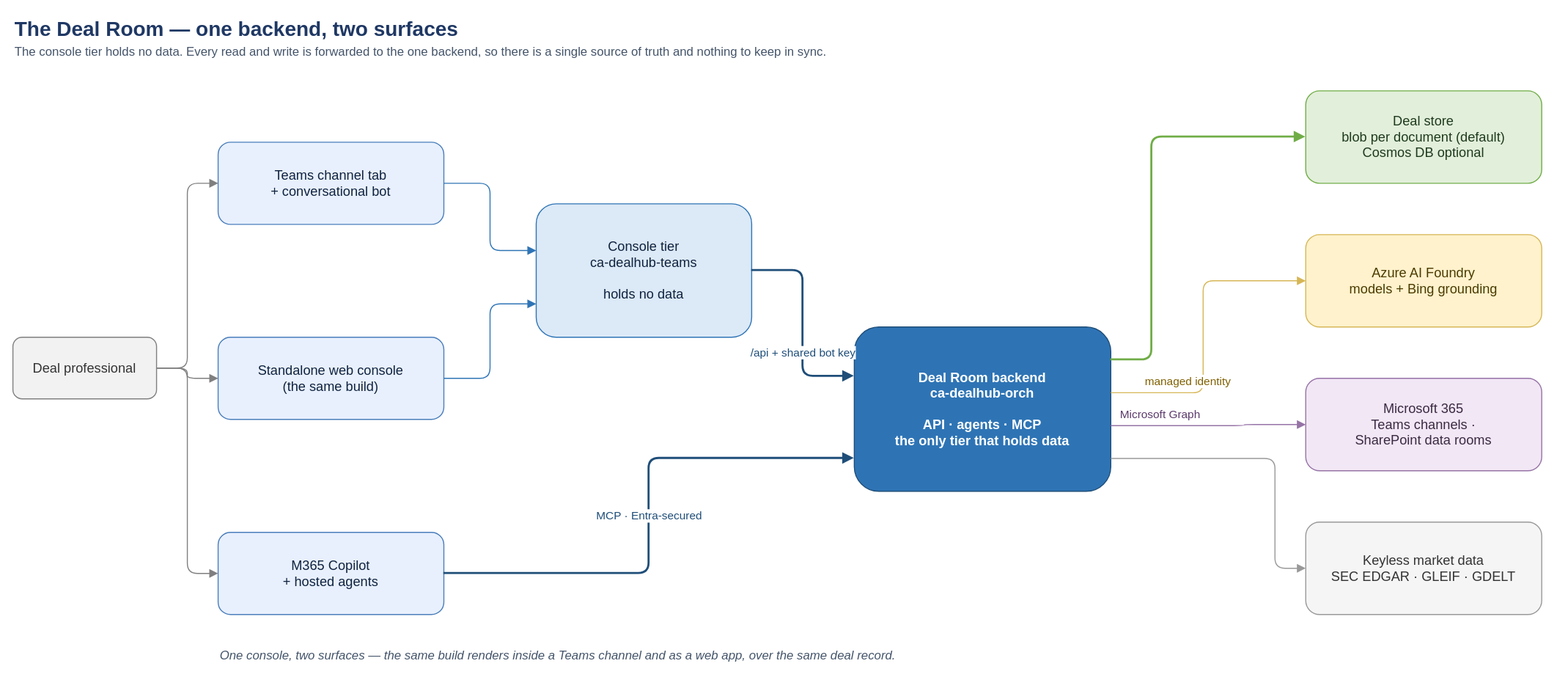
amitdesai08/private-markets-deal-room keeps this draw.io diagram as docs/diagrams/how-it-fits-together.svg. Above is the earlier version. Source tidied: cells renumbered, new cells last; positions are measured from the earlier drawing's top-left corner, leaving out a move shared by most shapes. The source it was exported from:
```xml
<mxGraphModel background="#FFFFFF">
  <root>
    <mxCell id="0" />
    <mxCell id="1" parent="0" />
    <mxCell id="2" value="The Deal Room — one backend, two surfaces" style="text;html=1;align=left;verticalAlign=middle;fontSize=20;fontStyle=1;fontColor=#1F3864;" parent="1" vertex="1">
      <mxGeometry width="700" height="30" as="geometry" />
    </mxCell>
    <mxCell id="3" value="The console tier holds no data. Every read and write is forwarded to the one backend, so there is a single source of truth and nothing to keep in sync." style="text;html=1;align=left;verticalAlign=middle;fontSize=12;fontColor=#44546A;" parent="1" vertex="1">
      <mxGeometry y="28" width="1000" height="20" as="geometry" />
    </mxCell>
    <mxCell id="4" value="Deal professional" style="rounded=1;whiteSpace=wrap;html=1;fillColor=#F2F2F2;strokeColor=#7F7F7F;fontColor=#333333;fontSize=13;" parent="1" vertex="1">
      <mxGeometry y="316" width="140" height="60" as="geometry" />
    </mxCell>
    <mxCell id="5" value="Teams channel tab&#10;+ conversational bot" style="rounded=1;whiteSpace=wrap;html=1;fillColor=#E8F0FE;strokeColor=#4A7EBB;fontColor=#10233E;fontSize=13;" parent="1" vertex="1">
      <mxGeometry x="200" y="126" width="220" height="80" as="geometry" />
    </mxCell>
    <mxCell id="6" value="Standalone web console&#10;(the same build)" style="rounded=1;whiteSpace=wrap;html=1;fillColor=#E8F0FE;strokeColor=#4A7EBB;fontColor=#10233E;fontSize=13;" parent="1" vertex="1">
      <mxGeometry x="200" y="316" width="220" height="80" as="geometry" />
    </mxCell>
    <mxCell id="7" value="M365 Copilot&#10;+ hosted agents" style="rounded=1;whiteSpace=wrap;html=1;fillColor=#E8F0FE;strokeColor=#4A7EBB;fontColor=#10233E;fontSize=13;" parent="1" vertex="1">
      <mxGeometry x="200" y="506" width="220" height="80" as="geometry" />
    </mxCell>
    <mxCell id="8" value="Console tier&#10;ca-dealhub-teams&#10;&#10;holds no data" style="rounded=1;whiteSpace=wrap;html=1;fillColor=#DCE9F7;strokeColor=#2E74B5;fontColor=#10233E;fontSize=13;" parent="1" vertex="1">
      <mxGeometry x="510" y="186" width="210" height="130" as="geometry" />
    </mxCell>
    <mxCell id="9" value="Deal Room backend&#10;ca-dealhub-orch&#10;&#10;API · agents · MCP&#10;the only tier that holds data" style="rounded=1;whiteSpace=wrap;html=1;fillColor=#2E74B5;strokeColor=#1F4E79;fontColor=#FFFFFF;fontSize=13;fontStyle=1;" parent="1" vertex="1">
      <mxGeometry x="820" y="306" width="250" height="160" as="geometry" />
    </mxCell>
    <mxCell id="10" value="Deal store&#10;blob per document (default)&#10;Cosmos DB optional" style="rounded=1;whiteSpace=wrap;html=1;fillColor=#E2EFDA;strokeColor=#70AD47;fontColor=#1E3A1E;fontSize=13;" parent="1" vertex="1">
      <mxGeometry x="1260" y="76" width="230" height="90" as="geometry" />
    </mxCell>
    <mxCell id="11" value="Azure AI Foundry&#10;models + Bing grounding" style="rounded=1;whiteSpace=wrap;html=1;fillColor=#FFF2CC;strokeColor=#D6B656;fontColor=#4A3B00;fontSize=13;" parent="1" vertex="1">
      <mxGeometry x="1260" y="216" width="230" height="90" as="geometry" />
    </mxCell>
    <mxCell id="12" value="Microsoft 365&#10;Teams channels ·&#10;SharePoint data rooms" style="rounded=1;whiteSpace=wrap;html=1;fillColor=#F2E7F5;strokeColor=#9673A6;fontColor=#3B2A42;fontSize=13;" parent="1" vertex="1">
      <mxGeometry x="1260" y="356" width="230" height="90" as="geometry" />
    </mxCell>
    <mxCell id="13" value="Keyless market data&#10;SEC EDGAR · GLEIF · GDELT" style="rounded=1;whiteSpace=wrap;html=1;fillColor=#F5F5F5;strokeColor=#999999;fontColor=#333333;fontSize=13;" parent="1" vertex="1">
      <mxGeometry x="1260" y="496" width="230" height="90" as="geometry" />
    </mxCell>
    <mxCell id="14" style="edgeStyle=orthogonalEdgeStyle;rounded=1;html=1;strokeColor=#7F7F7F;endArrow=block;endFill=1;exitX=1;exitY=0.5;exitDx=0;exitDy=0;entryX=0;entryY=0.5;entryDx=0;entryDy=0;" parent="1" edge="1" source="4" target="5">
      <mxGeometry relative="1" as="geometry" />
    </mxCell>
    <mxCell id="15" style="edgeStyle=orthogonalEdgeStyle;rounded=1;html=1;strokeColor=#7F7F7F;endArrow=block;endFill=1;exitX=1;exitY=0.5;exitDx=0;exitDy=0;entryX=0;entryY=0.5;entryDx=0;entryDy=0;" parent="1" edge="1" source="4" target="6">
      <mxGeometry relative="1" as="geometry" />
    </mxCell>
    <mxCell id="16" style="edgeStyle=orthogonalEdgeStyle;rounded=1;html=1;strokeColor=#7F7F7F;endArrow=block;endFill=1;exitX=1;exitY=0.5;exitDx=0;exitDy=0;entryX=0;entryY=0.5;entryDx=0;entryDy=0;" parent="1" edge="1" source="4" target="7">
      <mxGeometry relative="1" as="geometry" />
    </mxCell>
    <mxCell id="17" style="edgeStyle=orthogonalEdgeStyle;rounded=1;html=1;strokeColor=#2E74B5;endArrow=block;endFill=1;exitX=1;exitY=0.5;exitDx=0;exitDy=0;entryX=0;entryY=0.35;entryDx=0;entryDy=0;" parent="1" edge="1" source="5" target="8">
      <mxGeometry relative="1" as="geometry" />
    </mxCell>
    <mxCell id="18" style="edgeStyle=orthogonalEdgeStyle;rounded=1;html=1;strokeColor=#2E74B5;endArrow=block;endFill=1;exitX=1;exitY=0.5;exitDx=0;exitDy=0;entryX=0;entryY=0.75;entryDx=0;entryDy=0;" parent="1" edge="1" source="6" target="8">
      <mxGeometry relative="1" as="geometry" />
    </mxCell>
    <mxCell id="19" value="/api + shared bot key" style="edgeStyle=orthogonalEdgeStyle;rounded=1;html=1;strokeColor=#1F4E79;strokeWidth=2;endArrow=block;endFill=1;fontSize=11;fontColor=#1F4E79;labelBackgroundColor=#FFFFFF;exitX=1;exitY=0.5;exitDx=0;exitDy=0;entryX=0;entryY=0.3;entryDx=0;entryDy=0;" parent="1" edge="1" source="8" target="9">
      <mxGeometry x="0.4" relative="1" as="geometry">
        <mxPoint y="-12" as="offset" />
      </mxGeometry>
    </mxCell>
    <mxCell id="20" value="MCP · Entra-secured" style="edgeStyle=orthogonalEdgeStyle;rounded=1;html=1;strokeColor=#1F4E79;strokeWidth=2;endArrow=block;endFill=1;fontSize=11;fontColor=#1F4E79;labelBackgroundColor=#FFFFFF;exitX=1;exitY=0.5;exitDx=0;exitDy=0;entryX=0;entryY=0.8;entryDx=0;entryDy=0;" parent="1" edge="1" source="7" target="9">
      <mxGeometry relative="1" as="geometry" />
    </mxCell>
    <mxCell id="21" style="edgeStyle=orthogonalEdgeStyle;rounded=1;html=1;strokeColor=#70AD47;strokeWidth=2;endArrow=block;endFill=1;exitX=1;exitY=0.2;exitDx=0;exitDy=0;entryX=0;entryY=0.5;entryDx=0;entryDy=0;" parent="1" edge="1" source="9" target="10">
      <mxGeometry relative="1" as="geometry">
        <Array as="points">
          <mxPoint x="1110" y="121" />
        </Array>
      </mxGeometry>
    </mxCell>
    <mxCell id="22" value="managed identity" style="edgeStyle=orthogonalEdgeStyle;rounded=1;html=1;strokeColor=#D6B656;endArrow=block;endFill=1;fontSize=11;fontColor=#7F6000;labelBackgroundColor=#FFFFFF;exitX=1;exitY=0.4;exitDx=0;exitDy=0;entryX=0;entryY=0.5;entryDx=0;entryDy=0;" parent="1" edge="1" source="9" target="11">
      <mxGeometry x="-0.5" relative="1" as="geometry">
        <Array as="points">
          <mxPoint x="1160" y="261" />
        </Array>
        <mxPoint y="-11" as="offset" />
      </mxGeometry>
    </mxCell>
    <mxCell id="23" value="Microsoft Graph" style="edgeStyle=orthogonalEdgeStyle;rounded=1;html=1;strokeColor=#9673A6;endArrow=block;endFill=1;fontSize=11;fontColor=#5B3A6B;labelBackgroundColor=#FFFFFF;exitX=1;exitY=0.6;exitDx=0;exitDy=0;entryX=0;entryY=0.5;entryDx=0;entryDy=0;" parent="1" edge="1" source="9" target="12">
      <mxGeometry x="-0.5" relative="1" as="geometry">
        <Array as="points">
          <mxPoint x="1200" y="401" />
        </Array>
        <mxPoint y="-11" as="offset" />
      </mxGeometry>
    </mxCell>
    <mxCell id="24" style="edgeStyle=orthogonalEdgeStyle;rounded=1;html=1;strokeColor=#999999;endArrow=block;endFill=1;exitX=1;exitY=0.8;exitDx=0;exitDy=0;entryX=0;entryY=0.5;entryDx=0;entryDy=0;" parent="1" edge="1" source="9" target="13">
      <mxGeometry relative="1" as="geometry">
        <Array as="points">
          <mxPoint x="1230" y="541" />
        </Array>
      </mxGeometry>
    </mxCell>
    <mxCell id="25" value="One console, two surfaces — the same build renders inside a Teams channel and as a web app, over the same deal record." style="text;html=1;align=left;verticalAlign=middle;fontSize=12;fontStyle=2;fontColor=#44546A;" parent="1" vertex="1">
      <mxGeometry x="200" y="616" width="820" height="20" as="geometry" />
    </mxCell>
  </root>
</mxGraphModel>
```
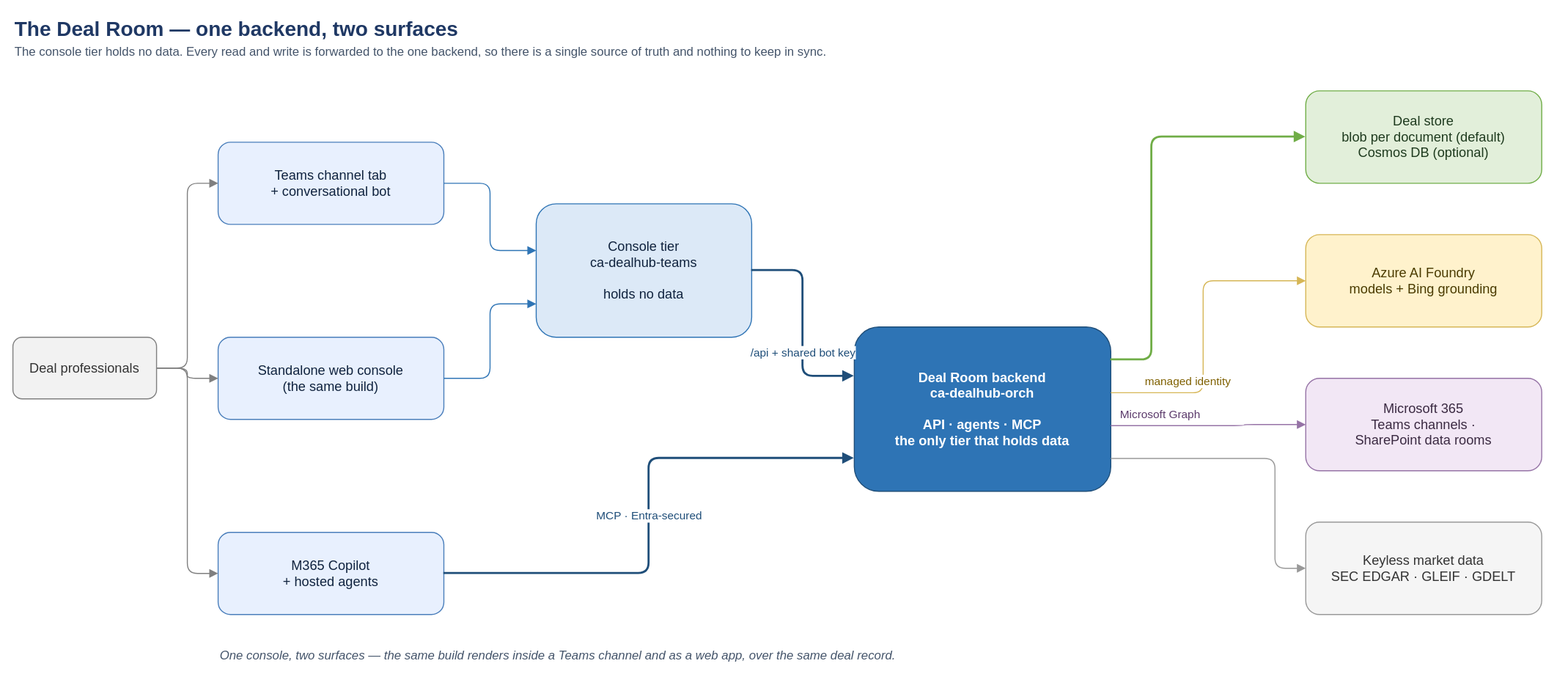
After the commit.

What changed in the source:
```diff
@@ -8,7 +8,7 @@
     <mxCell id="3" value="The console tier holds no data. Every read and write is forwarded to the one backend, so there is a single source of truth and nothing to keep in sync." style="text;html=1;align=left;verticalAlign=middle;fontSize=12;fontColor=#44546A;" parent="1" vertex="1">
       <mxGeometry y="28" width="1000" height="20" as="geometry" />
     </mxCell>
-    <mxCell id="4" value="Deal professional" style="rounded=1;whiteSpace=wrap;html=1;fillColor=#F2F2F2;strokeColor=#7F7F7F;fontColor=#333333;fontSize=13;" parent="1" vertex="1">
+    <mxCell id="4" value="Deal professionals" style="rounded=1;whiteSpace=wrap;html=1;fillColor=#F2F2F2;strokeColor=#7F7F7F;fontColor=#333333;fontSize=13;" parent="1" vertex="1">
       <mxGeometry y="316" width="140" height="60" as="geometry" />
     </mxCell>
     <mxCell id="5" value="Teams channel tab&#10;+ conversational bot" style="rounded=1;whiteSpace=wrap;html=1;fillColor=#E8F0FE;strokeColor=#4A7EBB;fontColor=#10233E;fontSize=13;" parent="1" vertex="1">
@@ -26,7 +26,7 @@
     <mxCell id="9" value="Deal Room backend&#10;ca-dealhub-orch&#10;&#10;API · agents · MCP&#10;the only tier that holds data" style="rounded=1;whiteSpace=wrap;html=1;fillColor=#2E74B5;strokeColor=#1F4E79;fontColor=#FFFFFF;fontSize=13;fontStyle=1;" parent="1" vertex="1">
       <mxGeometry x="820" y="306" width="250" height="160" as="geometry" />
     </mxCell>
-    <mxCell id="10" value="Deal store&#10;blob per document (default)&#10;Cosmos DB optional" style="rounded=1;whiteSpace=wrap;html=1;fillColor=#E2EFDA;strokeColor=#70AD47;fontColor=#1E3A1E;fontSize=13;" parent="1" vertex="1">
+    <mxCell id="10" value="Deal store&#10;blob per document (default)&#10;Cosmos DB (optional)" style="rounded=1;whiteSpace=wrap;html=1;fillColor=#E2EFDA;strokeColor=#70AD47;fontColor=#1E3A1E;fontSize=13;" parent="1" vertex="1">
       <mxGeometry x="1260" y="76" width="230" height="90" as="geometry" />
     </mxCell>
     <mxCell id="11" value="Azure AI Foundry&#10;models + Bing grounding" style="rounded=1;whiteSpace=wrap;html=1;fillColor=#FFF2CC;strokeColor=#D6B656;fontColor=#4A3B00;fontSize=13;" parent="1" vertex="1">
```
